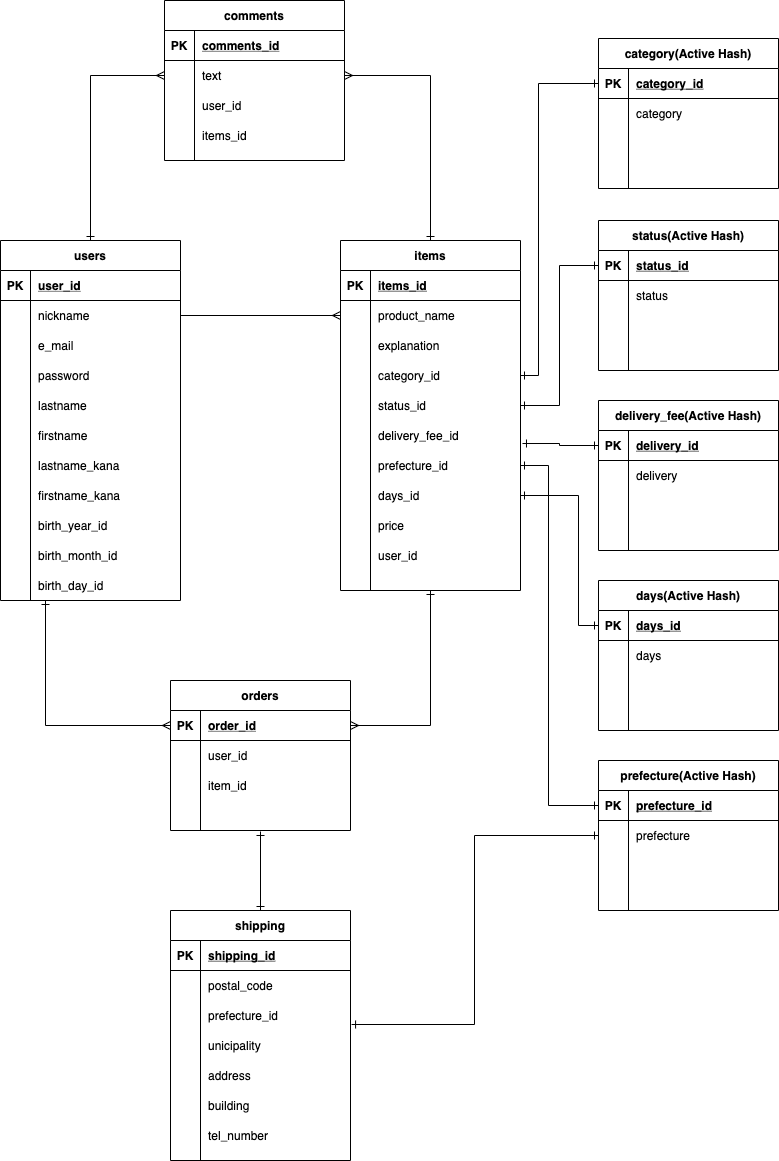
Earlier version of the draw.io export furima_er_design.png (KengoWakida/furima-35913). Source tidied: cells renumbered, new cells last; positions are measured from the earlier drawing's top-left corner, leaving out a move shared by most shapes.
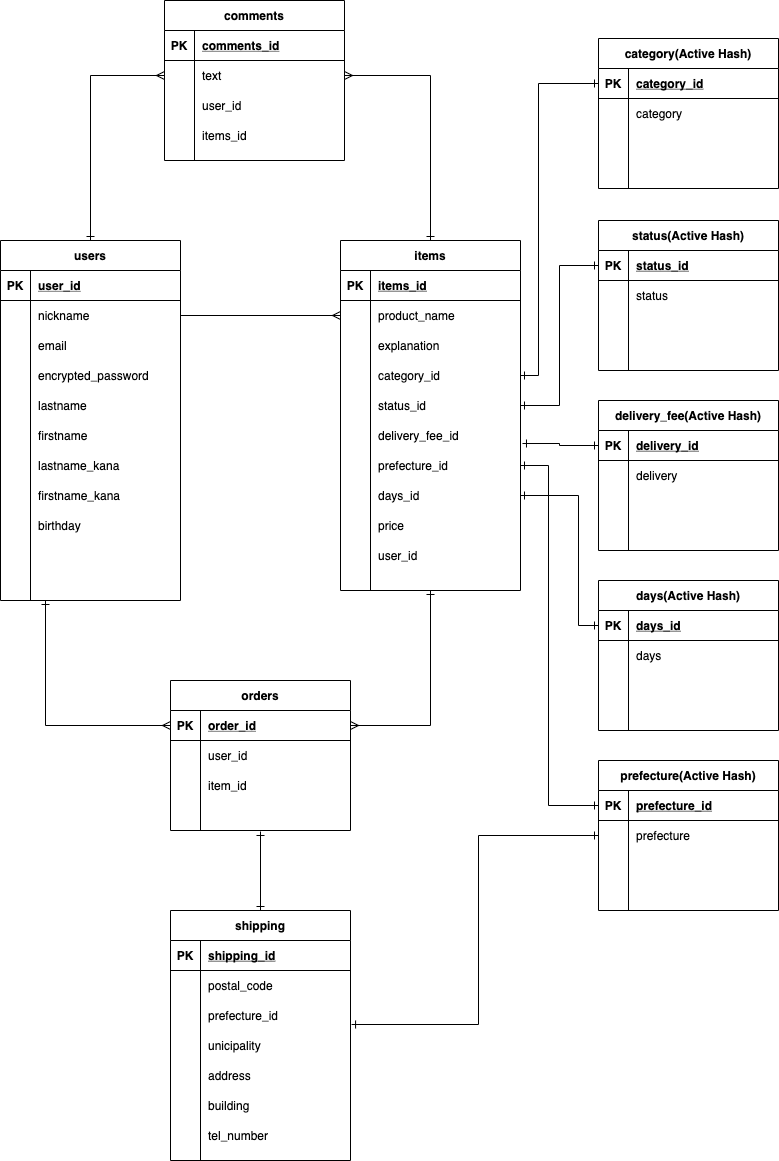
After the change.

Change to the diagram source:
```diff
@@ -39,7 +39,7 @@
     <mxCell id="12" style="shape=partialRectangle;fillColor=none;top=0;left=0;bottom=0;right=0;overflow=hidden;" parent="11" vertex="1">
       <mxGeometry width="30" height="30" as="geometry" />
     </mxCell>
-    <mxCell id="13" value="e_mail" style="shape=partialRectangle;fillColor=none;top=0;left=0;bottom=0;right=0;align=left;spacingLeft=6;overflow=hidden;" parent="11" vertex="1">
+    <mxCell id="13" value="email" style="shape=partialRectangle;fillColor=none;top=0;left=0;bottom=0;right=0;align=left;spacingLeft=6;overflow=hidden;" parent="11" vertex="1">
       <mxGeometry x="30" width="150" height="30" as="geometry" />
     </mxCell>
     <mxCell id="14" style="shape=partialRectangle;fillColor=none;top=0;left=0;bottom=0;right=0;" parent="4" vertex="1">
@@ -48,7 +48,7 @@
     <mxCell id="15" style="shape=partialRectangle;fillColor=none;top=0;left=0;bottom=0;right=0;overflow=hidden;" parent="14" vertex="1">
       <mxGeometry width="30" height="30" as="geometry" />
     </mxCell>
-    <mxCell id="16" value="password" style="shape=partialRectangle;fillColor=none;top=0;left=0;bottom=0;right=0;align=left;spacingLeft=6;overflow=hidden;" parent="14" vertex="1">
+    <mxCell id="16" value="encrypted_password" style="shape=partialRectangle;fillColor=none;top=0;left=0;bottom=0;right=0;align=left;spacingLeft=6;overflow=hidden;" parent="14" vertex="1">
       <mxGeometry x="30" width="150" height="30" as="geometry" />
     </mxCell>
     <mxCell id="17" value="lastname" style="shape=partialRectangle;fillColor=none;top=0;left=0;bottom=0;right=0;align=left;spacingLeft=6;overflow=hidden;" parent="1" vertex="1">
@@ -63,15 +63,9 @@
     <mxCell id="20" value="firstname_kana" style="shape=partialRectangle;fillColor=none;top=0;left=0;bottom=0;right=0;align=left;spacingLeft=6;overflow=hidden;" parent="1" vertex="1">
       <mxGeometry x="30" y="480" width="150" height="30" as="geometry" />
     </mxCell>
-    <mxCell id="21" value="birth_year_id" style="shape=partialRectangle;fillColor=none;top=0;left=0;bottom=0;right=0;align=left;spacingLeft=6;overflow=hidden;" parent="1" vertex="1">
+    <mxCell id="21" value="birthday" style="shape=partialRectangle;fillColor=none;top=0;left=0;bottom=0;right=0;align=left;spacingLeft=6;overflow=hidden;" parent="1" vertex="1">
       <mxGeometry x="30" y="510" width="150" height="30" as="geometry" />
     </mxCell>
-    <mxCell id="22" value="birth_month_id" style="shape=partialRectangle;fillColor=none;top=0;left=0;bottom=0;right=0;align=left;spacingLeft=6;overflow=hidden;" parent="1" vertex="1">
-      <mxGeometry x="30" y="540" width="150" height="30" as="geometry" />
-    </mxCell>
-    <mxCell id="23" value="birth_day_id" style="shape=partialRectangle;fillColor=none;top=0;left=0;bottom=0;right=0;align=left;spacingLeft=6;overflow=hidden;" parent="1" vertex="1">
-      <mxGeometry x="30" y="570" width="150" height="30" as="geometry" />
-    </mxCell>
     <mxCell id="24" style="edgeStyle=orthogonalEdgeStyle;rounded=0;jettySize=auto;html=1;exitX=0.5;exitY=0;exitDx=0;exitDy=0;entryX=1;entryY=0.5;entryDx=0;entryDy=0;endArrow=ERmany;endFill=0;startArrow=ERone;startFill=0;" parent="1" edge="1" source="26" target="90">
       <mxGeometry relative="1" as="geometry" />
     </mxCell>
@@ -529,7 +523,12 @@
       </mxGeometry>
     </mxCell>
     <mxCell id="171" style="edgeStyle=orthogonalEdgeStyle;rounded=0;jettySize=auto;html=1;exitX=0;exitY=0.5;exitDx=0;exitDy=0;entryX=1.006;entryY=0.8;entryDx=0;entryDy=0;entryPerimeter=0;startArrow=ERone;startFill=0;endArrow=ERone;endFill=0;" parent="1" edge="1" source="157" target="78">
-      <mxGeometry relative="1" as="geometry" />
+      <mxGeometry relative="1" as="geometry">
+        <Array as="points">
+          <mxPoint x="478" y="835" />
+          <mxPoint x="478" y="1024" />
+        </Array>
+      </mxGeometry>
     </mxCell>
   </root>
 </mxGraphModel>
```
